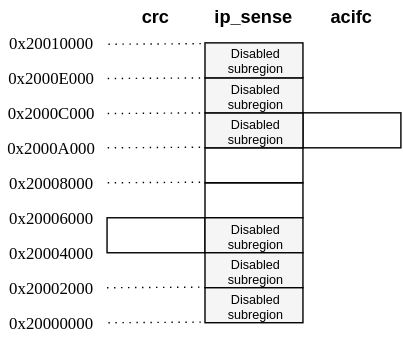
Earlier version of the draw.io export data_subregion_overview.svg (dverhaert/tock). Source tidied: cells renumbered, new cells last; positions are measured from the earlier drawing's top-left corner, leaving out a move shared by most shapes.
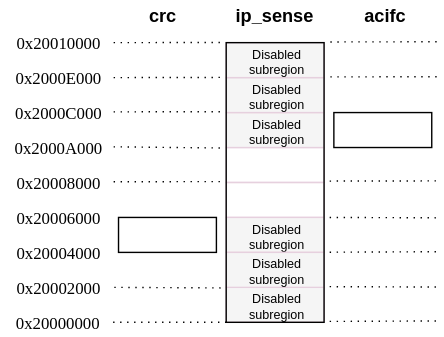
The same file after the commit.

Commit message:
Update subregion overview

Change to the diagram source:
```diff
@@ -2,8 +2,20 @@
   <root>
     <mxCell id="0" />
     <mxCell id="1" parent="0" />
+    <mxCell id="31" style="rounded=0;whiteSpace=wrap;html=1;shadow=0;glass=0;comic=0;fontFamily=Helvetica;fontSize=11;fillColor=none;strokeColor=#E6D0DE;horizontal=0;" parent="1" vertex="1">
+      <mxGeometry x="140" y="105" width="70" height="25" as="geometry" />
+    </mxCell>
+    <mxCell id="28" value="Disabled&lt;br style=&quot;font-size: 9px;&quot;&gt;subregion&lt;br style=&quot;font-size: 9px;&quot;&gt;" style="rounded=0;whiteSpace=wrap;html=1;shadow=0;glass=0;comic=0;fontFamily=Helvetica;fontSize=9;fillColor=#f5f5f5;strokeColor=#E6D0DE;horizontal=1;" parent="1" vertex="1">
+      <mxGeometry x="140" y="80" width="70" height="25" as="geometry" />
+    </mxCell>
+    <mxCell id="29" value="Disabled&lt;br style=&quot;font-size: 9px;&quot;&gt;subregion&lt;br style=&quot;font-size: 9px;&quot;&gt;" style="rounded=0;whiteSpace=wrap;html=1;shadow=0;glass=0;comic=0;fontFamily=Helvetica;fontSize=9;fillColor=#f5f5f5;strokeColor=#E6D0DE;horizontal=1;" parent="1" vertex="1">
+      <mxGeometry x="140" y="55" width="70" height="25" as="geometry" />
+    </mxCell>
+    <mxCell id="27" value="Disabled&lt;br style=&quot;font-size: 9px;&quot;&gt;subregion&lt;br style=&quot;font-size: 9px;&quot;&gt;" style="rounded=0;whiteSpace=wrap;html=1;shadow=0;glass=0;comic=0;fontFamily=Helvetica;fontSize=9;fillColor=#f5f5f5;strokeColor=#E6D0DE;horizontal=1;" parent="1" vertex="1">
+      <mxGeometry x="140" y="205" width="70" height="25" as="geometry" />
+    </mxCell>
     <mxCell id="2" style="rounded=0;whiteSpace=wrap;html=1;fillColor=#ffffff;strokeColor=#000000;flipV=0;direction=north;verticalAlign=middle;fontFamily=Helvetica;fontSize=11;" parent="1" vertex="1">
-      <mxGeometry x="60" y="155" width="70" height="25" as="geometry" />
+      <mxGeometry x="63" y="155" width="70" height="25" as="geometry" />
     </mxCell>
     <mxCell id="3" value="0x20010000" style="text;html=1;strokeColor=none;fillColor=none;align=center;verticalAlign=middle;rounded=0;shadow=0;glass=0;comic=0;fontFamily=Lucida Console;whiteSpace=wrap;" parent="1" vertex="1">
       <mxGeometry y="20" width="40" height="20" as="geometry" />
@@ -12,63 +24,32 @@
       <mxGeometry x="75" width="40" height="20" as="geometry" />
     </mxCell>
     <mxCell id="5" value="&lt;b style=&quot;font-size: 13px;&quot;&gt;&lt;font style=&quot;font-size: 13px;&quot;&gt;ip_sense&lt;/font&gt;&lt;/b&gt;" style="text;html=1;strokeColor=none;fillColor=none;align=center;verticalAlign=middle;whiteSpace=wrap;rounded=0;shadow=0;glass=0;comic=0;fontFamily=Helvetica;fontSize=13;fontColor=#000000;" parent="1" vertex="1">
-      <mxGeometry x="130" width="70" height="20" as="geometry" />
+      <mxGeometry x="140" width="70" height="20" as="geometry" />
     </mxCell>
     <mxCell id="6" value="&lt;b style=&quot;font-size: 13px;&quot;&gt;&lt;font style=&quot;font-size: 13px;&quot;&gt;acifc&lt;/font&gt;&lt;/b&gt;" style="text;html=1;strokeColor=none;fillColor=none;align=center;verticalAlign=middle;whiteSpace=wrap;rounded=0;shadow=0;glass=0;comic=0;fontFamily=Helvetica;fontSize=13;fontColor=#000000;" parent="1" vertex="1">
-      <mxGeometry x="210" width="50" height="20" as="geometry" />
+      <mxGeometry x="229" width="50" height="20" as="geometry" />
     </mxCell>
     <mxCell id="7" style="rounded=0;whiteSpace=wrap;html=1;shadow=0;glass=0;comic=0;fontFamily=Helvetica;fontSize=11;fillColor=none;strokeColor=#000000;horizontal=0;" parent="1" vertex="1">
-      <mxGeometry x="200" y="80" width="70" height="25" as="geometry" />
+      <mxGeometry x="217" y="80" width="70" height="25" as="geometry" />
     </mxCell>
-    <mxCell id="8" style="rounded=0;whiteSpace=wrap;html=1;shadow=0;glass=0;comic=0;fontFamily=Helvetica;fontSize=11;fillColor=none;strokeColor=#000000;horizontal=0;" parent="1" vertex="1">
-      <mxGeometry x="130" y="105" width="70" height="25" as="geometry" />
+    <mxCell id="8" style="rounded=0;whiteSpace=wrap;html=1;shadow=0;glass=0;comic=0;fontFamily=Helvetica;fontSize=11;fillColor=none;strokeColor=none;horizontal=0;dashed=1;" parent="1" vertex="1">
+      <mxGeometry x="140" y="105" width="70" height="25" as="geometry" />
     </mxCell>
-    <mxCell id="9" style="rounded=0;whiteSpace=wrap;html=1;shadow=0;glass=0;comic=0;fontFamily=Helvetica;fontSize=11;fillColor=none;strokeColor=#000000;horizontal=0;" parent="1" vertex="1">
-      <mxGeometry x="130" y="130" width="70" height="25" as="geometry" />
+    <mxCell id="9" style="rounded=0;whiteSpace=wrap;html=1;shadow=0;glass=0;comic=0;fontFamily=Helvetica;fontSize=11;fillColor=none;strokeColor=#E6D0DE;horizontal=0;" parent="1" vertex="1">
+      <mxGeometry x="140" y="130" width="70" height="25" as="geometry" />
     </mxCell>
-    <mxCell id="10" value="Disabled&lt;br style=&quot;font-size: 9px;&quot;&gt;subregion&lt;br style=&quot;font-size: 9px;&quot;&gt;" style="rounded=0;whiteSpace=wrap;html=1;shadow=0;glass=0;comic=0;fontFamily=Helvetica;fontSize=9;fillColor=#f5f5f5;strokeColor=#000000;horizontal=1;" parent="1" vertex="1">
-      <mxGeometry x="130" y="155" width="70" height="25" as="geometry" />
+    <mxCell id="10" value="Disabled&lt;br style=&quot;font-size: 9px;&quot;&gt;subregion&lt;br style=&quot;font-size: 9px;&quot;&gt;" style="rounded=0;whiteSpace=wrap;html=1;shadow=0;glass=0;comic=0;fontFamily=Helvetica;fontSize=9;fillColor=#f5f5f5;strokeColor=#E6D0DE;horizontal=1;" parent="1" vertex="1">
+      <mxGeometry x="140" y="155" width="70" height="25" as="geometry" />
     </mxCell>
-    <mxCell id="11" style="endArrow=none;dashed=1;html=1;dashPattern=1 4;fontFamily=Helvetica;fontSize=10;fontColor=#000000;align=left;entryX=0.006;entryY=0.022;entryPerimeter=0;" parent="1" edge="1">
-      <mxGeometry relative="1" as="geometry">
-        <mxPoint x="61" y="31" as="sourcePoint" />
-        <mxPoint x="130.4" y="30.6" as="targetPoint" />
-      </mxGeometry>
-    </mxCell>
-    <mxCell id="12" style="endArrow=none;dashed=1;html=1;dashPattern=1 4;fontFamily=Helvetica;fontSize=10;fontColor=#000000;align=left;entryX=0.006;entryY=0.022;entryPerimeter=0;" parent="1" edge="1">
-      <mxGeometry relative="1" as="geometry">
-        <mxPoint x="60.5" y="55.5" as="sourcePoint" />
-        <mxPoint x="129.9" y="55.1" as="targetPoint" />
-      </mxGeometry>
-    </mxCell>
-    <mxCell id="13" style="endArrow=none;dashed=1;html=1;dashPattern=1 4;fontFamily=Helvetica;fontSize=10;fontColor=#000000;align=left;entryX=0.006;entryY=0.022;entryPerimeter=0;" parent="1" edge="1">
-      <mxGeometry relative="1" as="geometry">
-        <mxPoint x="60.5" y="80.5" as="sourcePoint" />
-        <mxPoint x="129.9" y="80.1" as="targetPoint" />
-      </mxGeometry>
-    </mxCell>
-    <mxCell id="14" style="endArrow=none;dashed=1;html=1;dashPattern=1 4;fontFamily=Helvetica;fontSize=10;fontColor=#000000;align=left;entryX=0.006;entryY=0.022;entryPerimeter=0;" parent="1" edge="1">
-      <mxGeometry relative="1" as="geometry">
-        <mxPoint x="60.5" y="105" as="sourcePoint" />
-        <mxPoint x="129.9" y="104.6" as="targetPoint" />
-      </mxGeometry>
-    </mxCell>
-    <mxCell id="15" style="endArrow=none;dashed=1;html=1;dashPattern=1 4;fontFamily=Helvetica;fontSize=10;fontColor=#000000;align=left;entryX=0.006;entryY=0.022;entryPerimeter=0;" parent="1" edge="1">
-      <mxGeometry relative="1" as="geometry">
-        <mxPoint x="60.5" y="130" as="sourcePoint" />
-        <mxPoint x="129.9" y="129.6" as="targetPoint" />
-      </mxGeometry>
-    </mxCell>
-    <mxCell id="16" style="endArrow=none;dashed=1;html=1;dashPattern=1 4;fontFamily=Helvetica;fontSize=10;fontColor=#000000;align=left;entryX=0.006;entryY=0.022;entryPerimeter=0;" parent="1" edge="1">
+    <mxCell id="16" style="endArrow=none;dashed=1;html=1;dashPattern=1 4;fontFamily=Helvetica;fontSize=10;fontColor=#000000;align=left;entryX=-0.004;entryY=0.876;entryPerimeter=0;" parent="1" edge="1" target="32">
       <mxGeometry relative="1" as="geometry">
         <mxPoint x="60" y="205" as="sourcePoint" />
-        <mxPoint x="129.4" y="204.6" as="targetPoint" />
       </mxGeometry>
     </mxCell>
-    <mxCell id="17" style="endArrow=none;dashed=1;html=1;dashPattern=1 4;fontFamily=Helvetica;fontSize=10;fontColor=#000000;align=left;entryX=0.006;entryY=0.022;entryPerimeter=0;" parent="1" edge="1">
+    <mxCell id="17" style="endArrow=none;dashed=1;html=1;dashPattern=1 4;fontFamily=Helvetica;fontSize=10;fontColor=#000000;align=left;entryX=-0.004;entryY=0.999;entryPerimeter=0;" parent="1" edge="1">
       <mxGeometry relative="1" as="geometry">
-        <mxPoint x="61" y="230" as="sourcePoint" />
-        <mxPoint x="130.4" y="229.6" as="targetPoint" />
+        <mxPoint x="59.5" y="55" as="sourcePoint" />
+        <mxPoint x="138.2" y="54.9" as="targetPoint" />
       </mxGeometry>
     </mxCell>
     <mxCell id="18" value="0x2000E000" style="text;html=1;strokeColor=none;fillColor=none;align=center;verticalAlign=middle;rounded=0;shadow=0;glass=0;comic=0;fontFamily=Lucida Console;whiteSpace=wrap;" parent="1" vertex="1">
@@ -93,22 +74,85 @@
       <mxGeometry y="195" width="40" height="20" as="geometry" />
     </mxCell>
     <mxCell id="25" value="0x20000000" style="text;html=1;strokeColor=none;fillColor=none;align=center;verticalAlign=middle;rounded=0;shadow=0;glass=0;comic=0;fontFamily=Lucida Console;whiteSpace=wrap;" parent="1" vertex="1">
-      <mxGeometry y="220" width="40" height="20" as="geometry" />
+      <mxGeometry x="-21" y="220" width="80" height="20" as="geometry" />
     </mxCell>
-    <mxCell id="26" value="Disabled&lt;br style=&quot;font-size: 9px;&quot;&gt;subregion&lt;br style=&quot;font-size: 9px;&quot;&gt;" style="rounded=0;whiteSpace=wrap;html=1;shadow=0;glass=0;comic=0;fontFamily=Helvetica;fontSize=9;fillColor=#f5f5f5;strokeColor=#000000;horizontal=1;" parent="1" vertex="1">
-      <mxGeometry x="130" y="180" width="70" height="25" as="geometry" />
+    <mxCell id="26" value="Disabled&lt;br style=&quot;font-size: 9px;&quot;&gt;subregion&lt;br style=&quot;font-size: 9px;&quot;&gt;" style="rounded=0;whiteSpace=wrap;html=1;shadow=0;glass=0;comic=0;fontFamily=Helvetica;fontSize=9;fillColor=#f5f5f5;strokeColor=#E6D0DE;horizontal=1;" parent="1" vertex="1">
+      <mxGeometry x="140" y="180" width="70" height="25" as="geometry" />
     </mxCell>
-    <mxCell id="27" value="Disabled&lt;br style=&quot;font-size: 9px;&quot;&gt;subregion&lt;br style=&quot;font-size: 9px;&quot;&gt;" style="rounded=0;whiteSpace=wrap;html=1;shadow=0;glass=0;comic=0;fontFamily=Helvetica;fontSize=9;fillColor=#f5f5f5;strokeColor=#000000;horizontal=1;" parent="1" vertex="1">
-      <mxGeometry x="130" y="205" width="70" height="25" as="geometry" />
-    </mxCell>
-    <mxCell id="28" value="Disabled&lt;br style=&quot;font-size: 9px;&quot;&gt;subregion&lt;br style=&quot;font-size: 9px;&quot;&gt;" style="rounded=0;whiteSpace=wrap;html=1;shadow=0;glass=0;comic=0;fontFamily=Helvetica;fontSize=9;fillColor=#f5f5f5;strokeColor=#000000;horizontal=1;" parent="1" vertex="1">
-      <mxGeometry x="130" y="80" width="70" height="25" as="geometry" />
-    </mxCell>
-    <mxCell id="29" value="Disabled&lt;br style=&quot;font-size: 9px;&quot;&gt;subregion&lt;br style=&quot;font-size: 9px;&quot;&gt;" style="rounded=0;whiteSpace=wrap;html=1;shadow=0;glass=0;comic=0;fontFamily=Helvetica;fontSize=9;fillColor=#f5f5f5;strokeColor=#000000;horizontal=1;" parent="1" vertex="1">
-      <mxGeometry x="130" y="55" width="70" height="25" as="geometry" />
-    </mxCell>
-    <mxCell id="30" value="Disabled&lt;br style=&quot;font-size: 9px;&quot;&gt;subregion&lt;br style=&quot;font-size: 9px;&quot;&gt;" style="rounded=0;whiteSpace=wrap;html=1;shadow=0;glass=0;comic=0;fontFamily=Helvetica;fontSize=9;fillColor=#f5f5f5;strokeColor=#000000;horizontal=1;" parent="1" vertex="1">
-      <mxGeometry x="130" y="30" width="70" height="25" as="geometry" />
+    <mxCell id="30" value="Disabled&lt;br style=&quot;font-size: 9px;&quot;&gt;subregion&lt;br style=&quot;font-size: 9px;&quot;&gt;" style="rounded=0;whiteSpace=wrap;html=1;shadow=0;glass=0;comic=0;fontFamily=Helvetica;fontSize=9;fillColor=#f5f5f5;strokeColor=#E6D0DE;horizontal=1;" parent="1" vertex="1">
+      <mxGeometry x="140" y="30" width="70" height="25" as="geometry" />
     </mxCell>
+    <mxCell id="32" style="rounded=0;whiteSpace=wrap;html=1;shadow=0;glass=0;comic=0;strokeColor=#000000;fillColor=none;fontFamily=Helvetica;fontSize=13;fontColor=#000000;align=left;" parent="1" vertex="1">
+      <mxGeometry x="140" y="30" width="70" height="200" as="geometry" />
+    </mxCell>
+    <mxCell id="33" style="endArrow=none;dashed=1;html=1;dashPattern=1 4;fontFamily=Helvetica;fontSize=10;fontColor=#000000;align=left;entryX=-0.012;entryY=0.879;entryPerimeter=0;" parent="1" edge="1">
+      <mxGeometry relative="1" as="geometry">
+        <mxPoint x="59.5" y="104.5" as="sourcePoint" />
+        <mxPoint x="138.6" y="105.4" as="targetPoint" />
+      </mxGeometry>
+    </mxCell>
+    <mxCell id="34" style="endArrow=none;dashed=1;html=1;dashPattern=1 4;fontFamily=Helvetica;fontSize=10;fontColor=#000000;align=left;entryX=-0.004;entryY=0.999;entryPerimeter=0;" parent="1" edge="1">
+      <mxGeometry relative="1" as="geometry">
+        <mxPoint x="59.5" y="129.5" as="sourcePoint" />
+        <mxPoint x="138.2" y="129.4" as="targetPoint" />
+      </mxGeometry>
+    </mxCell>
+    <mxCell id="35" style="endArrow=none;dashed=1;html=1;dashPattern=1 4;fontFamily=Helvetica;fontSize=10;fontColor=#000000;align=left;entryX=0.014;entryY=1;entryPerimeter=0;exitX=1;exitY=0.5;" parent="1" edge="1" source="25" target="32">
+      <mxGeometry relative="1" as="geometry" />
+    </mxCell>
+    <mxCell id="36" style="endArrow=none;dashed=1;html=1;dashPattern=1 4;fontFamily=Helvetica;fontSize=10;fontColor=#000000;align=left;entryX=-0.004;entryY=0.999;entryPerimeter=0;" parent="1" edge="1">
+      <mxGeometry relative="1" as="geometry">
+        <mxPoint x="59.5" y="30" as="sourcePoint" />
+        <mxPoint x="138.2" y="29.9" as="targetPoint" />
+      </mxGeometry>
+    </mxCell>
+    <mxCell id="37" style="endArrow=none;dashed=1;html=1;dashPattern=1 4;fontFamily=Helvetica;fontSize=10;fontColor=#000000;align=left;entryX=-0.004;entryY=0.999;entryPerimeter=0;" parent="1" edge="1">
+      <mxGeometry relative="1" as="geometry">
+        <mxPoint x="59.5" y="79.5" as="sourcePoint" />
+        <mxPoint x="138.2" y="79.4" as="targetPoint" />
+      </mxGeometry>
+    </mxCell>
+    <mxCell id="38" style="endArrow=none;dashed=1;html=1;dashPattern=1 4;fontFamily=Helvetica;fontSize=10;fontColor=#000000;align=left;entryX=-0.004;entryY=0.876;entryPerimeter=0;" parent="1" edge="1">
+      <mxGeometry relative="1" as="geometry">
+        <mxPoint x="214" y="204.5" as="sourcePoint" />
+        <mxPoint x="294" y="204.8" as="targetPoint" />
+      </mxGeometry>
+    </mxCell>
+    <mxCell id="39" style="endArrow=none;dashed=1;html=1;dashPattern=1 4;fontFamily=Helvetica;fontSize=10;fontColor=#000000;align=left;entryX=-0.004;entryY=0.999;entryPerimeter=0;" parent="1" edge="1">
+      <mxGeometry relative="1" as="geometry">
+        <mxPoint x="214.5" y="54.5" as="sourcePoint" />
+        <mxPoint x="293.2" y="54.4" as="targetPoint" />
+      </mxGeometry>
+    </mxCell>
+    <mxCell id="40" style="endArrow=none;dashed=1;html=1;dashPattern=1 4;fontFamily=Helvetica;fontSize=10;fontColor=#000000;align=left;entryX=-0.004;entryY=0.999;entryPerimeter=0;" parent="1" edge="1">
+      <mxGeometry relative="1" as="geometry">
+        <mxPoint x="214" y="129" as="sourcePoint" />
+        <mxPoint x="294" y="128.9" as="targetPoint" />
+      </mxGeometry>
+    </mxCell>
+    <mxCell id="41" style="endArrow=none;dashed=1;html=1;dashPattern=1 4;fontFamily=Helvetica;fontSize=10;fontColor=#000000;align=left;exitX=1;exitY=0.5;" parent="1" edge="1">
+      <mxGeometry relative="1" as="geometry">
+        <mxPoint x="214" y="229.4" as="sourcePoint" />
+        <mxPoint x="294" y="229" as="targetPoint" />
+      </mxGeometry>
+    </mxCell>
+    <mxCell id="42" style="endArrow=none;dashed=1;html=1;dashPattern=1 4;fontFamily=Helvetica;fontSize=10;fontColor=#000000;align=left;entryX=-0.004;entryY=0.999;entryPerimeter=0;" parent="1" edge="1">
+      <mxGeometry relative="1" as="geometry">
+        <mxPoint x="214.5" y="29.5" as="sourcePoint" />
+        <mxPoint x="293.2" y="29.4" as="targetPoint" />
+      </mxGeometry>
+    </mxCell>
+    <mxCell id="43" style="endArrow=none;dashed=1;html=1;dashPattern=1 4;fontFamily=Helvetica;fontSize=10;fontColor=#000000;align=left;entryX=-0.004;entryY=0.876;entryPerimeter=0;" parent="1" edge="1">
+      <mxGeometry relative="1" as="geometry">
+        <mxPoint x="214" y="155" as="sourcePoint" />
+        <mxPoint x="294" y="155.3" as="targetPoint" />
+      </mxGeometry>
+    </mxCell>
+    <mxCell id="44" style="endArrow=none;dashed=1;html=1;dashPattern=1 4;fontFamily=Helvetica;fontSize=10;fontColor=#000000;align=left;exitX=1;exitY=0.5;" parent="1" edge="1">
+      <mxGeometry relative="1" as="geometry">
+        <mxPoint x="214" y="179.9" as="sourcePoint" />
+        <mxPoint x="294" y="179.5" as="targetPoint" />
+      </mxGeometry>
+    </mxCell>
   </root>
 </mxGraphModel>
```
